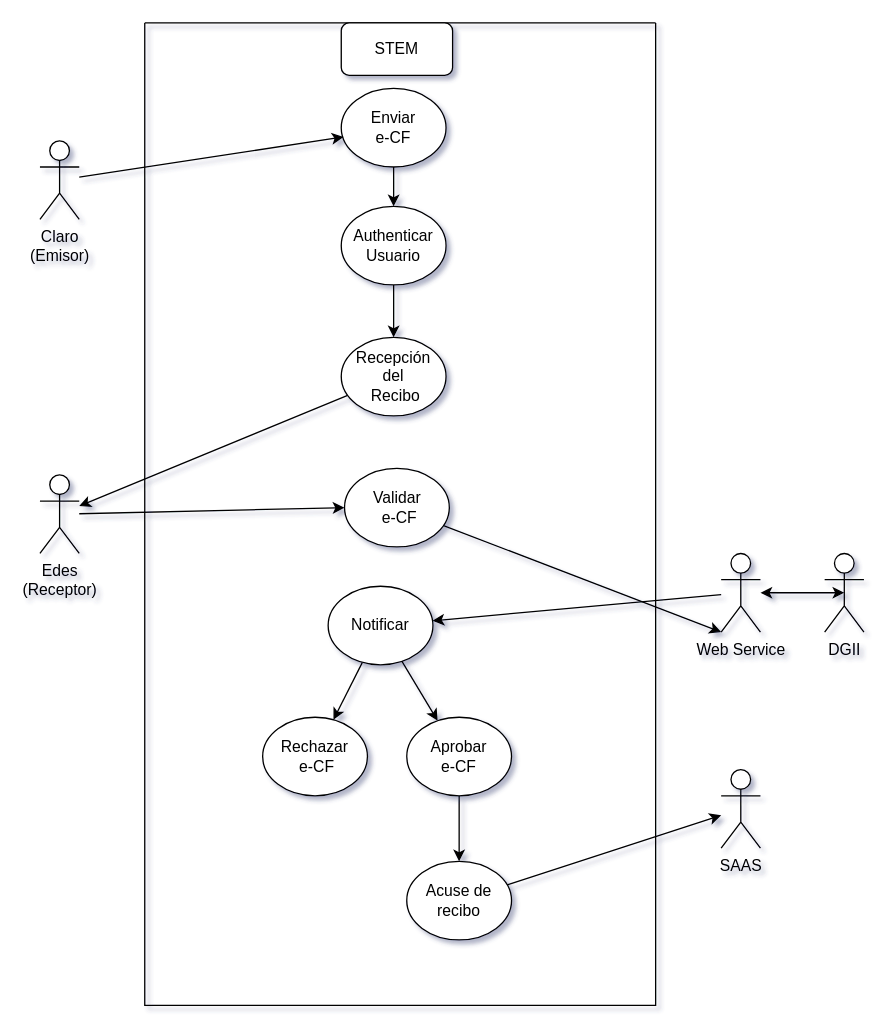
eduardfortunatoabreu/Diagramas keeps this draw.io diagram as Untitled Diagram.drawio. Above is the earlier version. Source tidied: cells renumbered, new cells numbered last; positions are measured from the earlier drawing's top-left corner, leaving out a move shared by most shapes. Both pictures are drawn from the tidied source at 131%, with x=0, y=0 at pixel (39, 22).
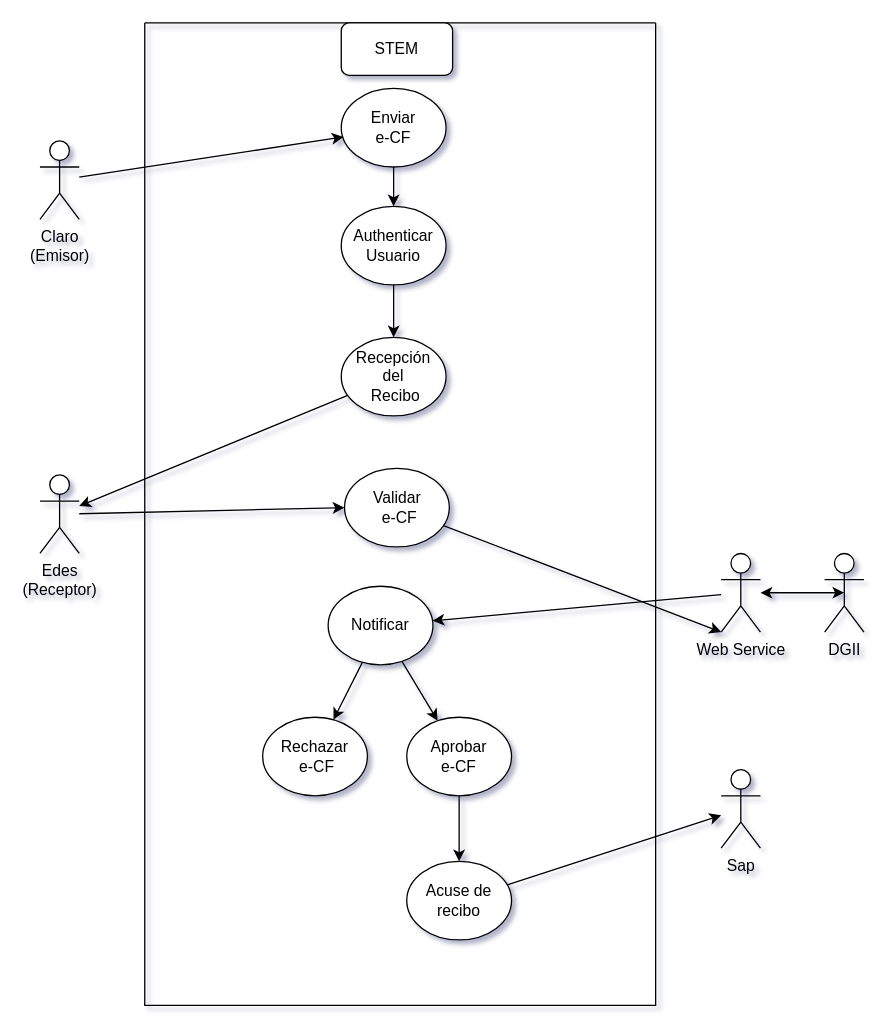
The same page after the edit.

What changed in the source:
```diff
@@
-    <mxCell id="21" value="SAAS" style="shape=umlActor;verticalLabelPosition=bottom;verticalAlign=top;html=1;outlineConnect=0;" parent="1" vertex="1">
+    <mxCell id="21" value="Sap" style="shape=umlActor;verticalLabelPosition=bottom;verticalAlign=top;html=1;outlineConnect=0;" parent="1" vertex="1">
       <mxGeometry x="520" y="570" width="30" height="60" as="geometry" />
     </mxCell>
```
